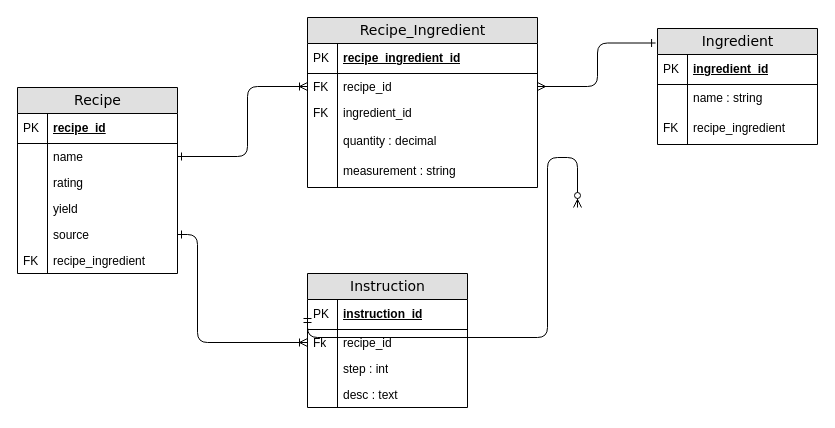
Before: Cookbook1.drawio in ButlerMW/DatabaseIdeas, a draw.io diagram. Source tidied: cells renumbered, new cells numbered last; positions are measured from the earlier drawing's top-left corner, leaving out a move shared by most shapes. Both pictures are drawn from the tidied source at 100%, with x=0, y=0 at pixel (17, 17).
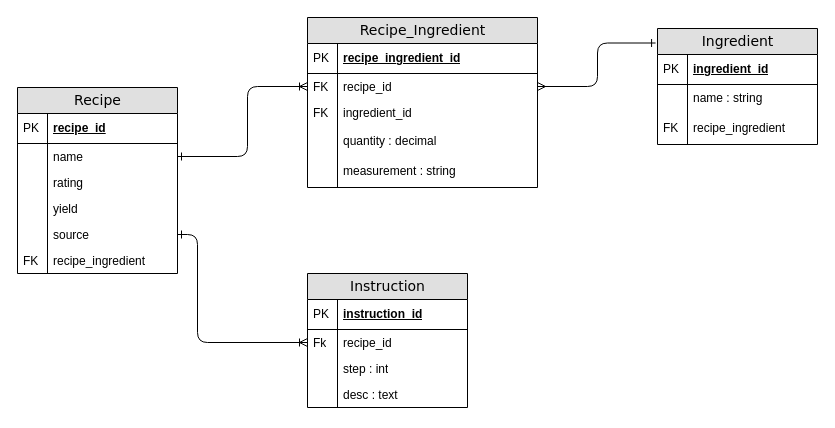
The same diagram, later.

The change refers to these unchanged cells:
```xml
<mxCell id="21" value="instruction_id" style="shape=partialRectangle;top=0;left=0;right=0;bottom=1;html=1;align=left;verticalAlign=middle;fillColor=none;spacingLeft=34;spacingRight=4;whiteSpace=wrap;overflow=hidden;points=[[0,0.5],[1,0.5]];portConstraint=eastwest;fontStyle=5;" parent="20" vertex="1">
  <mxGeometry y="26" width="160" height="30" as="geometry" />
</mxCell>
```

Diff of the diagram source:
```diff
@@
-    <mxCell id="30" style="edgeStyle=orthogonalEdgeStyle;html=1;endArrow=ERzeroToMany;startArrow=ERmandOne;labelBackgroundColor=none;fontFamily=Verdana;fontSize=14;entryX=0;entryY=0.308;entryPerimeter=0;exitX=0;exitY=0.5;" parent="1" edge="1" source="21">
-      <mxGeometry relative="1" as="geometry">
-        <mxPoint x="560" y="190" as="targetPoint" />
-        <Array as="points">
-          <mxPoint x="530" y="320" />
-          <mxPoint x="530" y="140" />
-        </Array>
-      </mxGeometry>
-    </mxCell>
```
